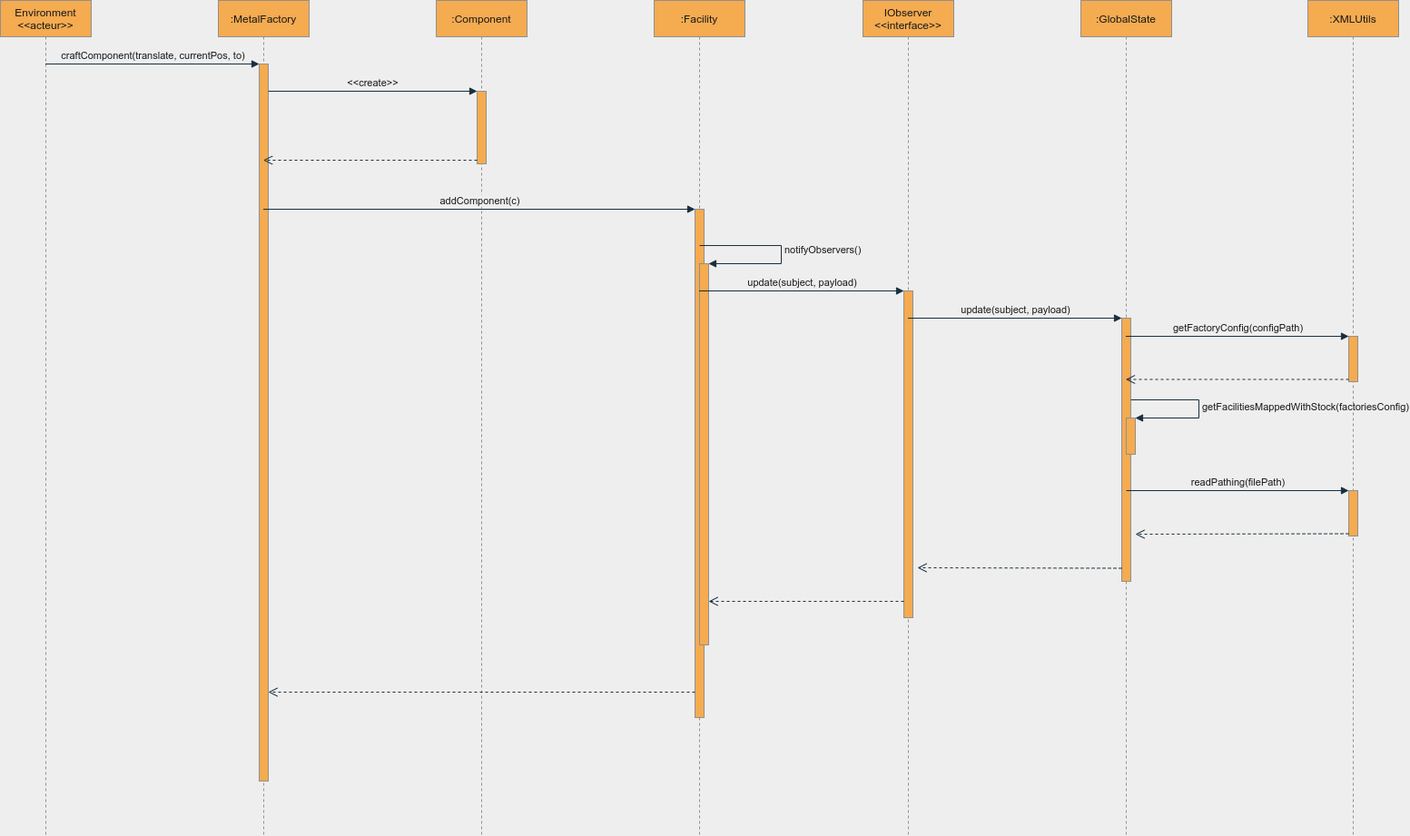
This is lab1-simulation/documentations/sequence-diagrams/observer-pattern.png from JKleinne/JavaProjects, a draw.io export, as it was before one commit. Source tidied: cells renumbered, new cells last; positions are measured from the earlier drawing's top-left corner, leaving out a move shared by most shapes.
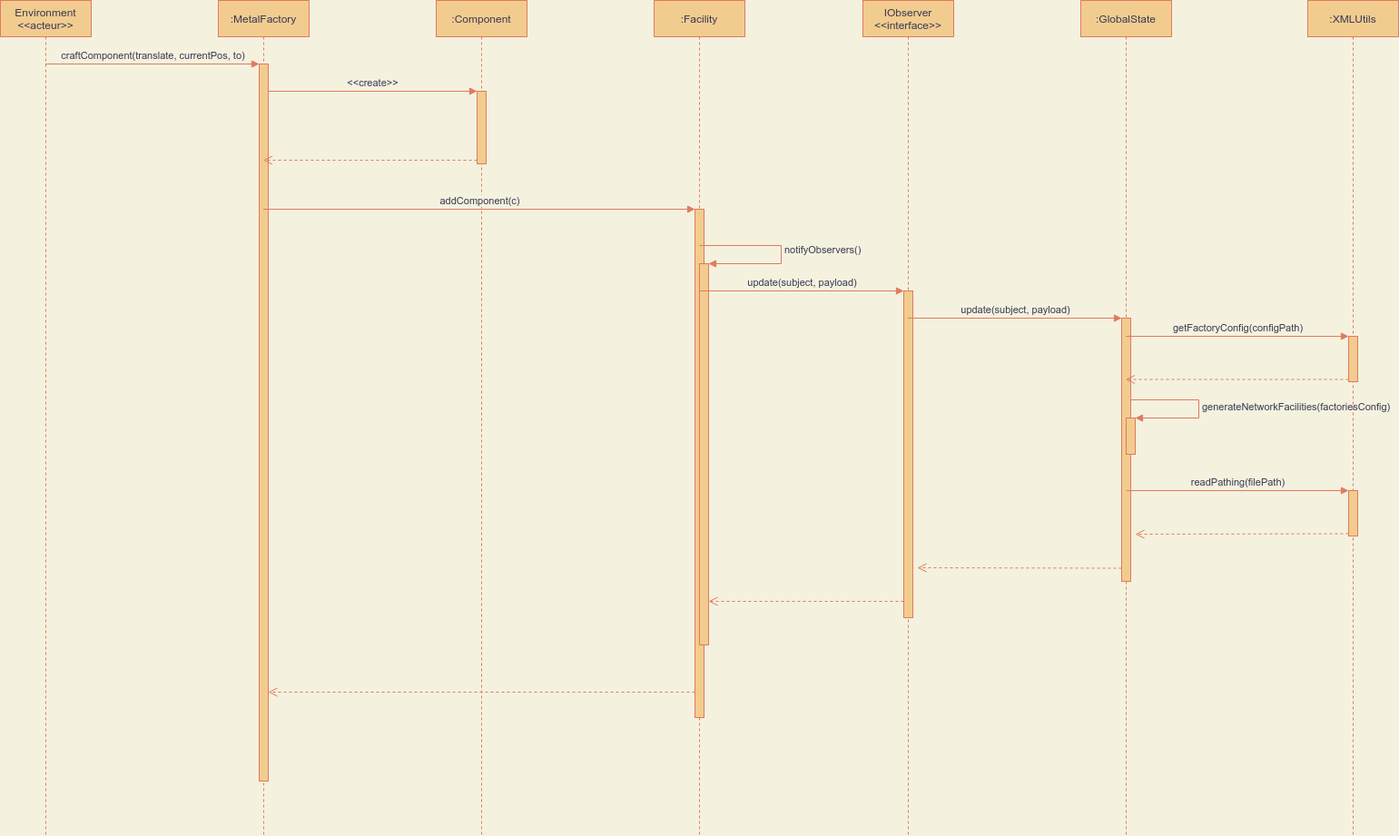
Above is the later version.

Commit message:
typo, updated diagrams

The edit, as a diff of the source:
```diff
@@ -1,32 +1,32 @@
-<mxGraphModel background="#EEEEEE">
+<mxGraphModel background="#F4F1DE">
   <root>
     <mxCell id="0" />
     <mxCell id="1" parent="0" />
-    <mxCell id="2" value="Environment&lt;br&gt;&amp;lt;&amp;lt;acteur&amp;gt;&amp;gt;" style="shape=umlLifeline;perimeter=lifelinePerimeter;whiteSpace=wrap;html=1;outlineConnect=0;fillColor=#F5AB50;strokeColor=#909090;fontColor=#1A1A1A;" parent="1" vertex="1">
+    <mxCell id="2" value="Environment&lt;br&gt;&amp;lt;&amp;lt;acteur&amp;gt;&amp;gt;" style="shape=umlLifeline;perimeter=lifelinePerimeter;whiteSpace=wrap;html=1;outlineConnect=0;fillColor=#F2CC8F;strokeColor=#E07A5F;fontColor=#393C56;" parent="1" vertex="1">
       <mxGeometry width="100" height="920" as="geometry" />
     </mxCell>
-    <mxCell id="3" value=":MetalFactory" style="shape=umlLifeline;perimeter=lifelinePerimeter;whiteSpace=wrap;html=1;outlineConnect=0;fillColor=#F5AB50;strokeColor=#909090;fontColor=#1A1A1A;" parent="1" vertex="1">
+    <mxCell id="3" value=":MetalFactory" style="shape=umlLifeline;perimeter=lifelinePerimeter;whiteSpace=wrap;html=1;outlineConnect=0;fillColor=#F2CC8F;strokeColor=#E07A5F;fontColor=#393C56;" parent="1" vertex="1">
       <mxGeometry x="240" width="100" height="920" as="geometry" />
     </mxCell>
-    <mxCell id="4" style="html=1;points=[];perimeter=orthogonalPerimeter;rounded=0;sketch=0;fillColor=#F5AB50;strokeColor=#909090;fontColor=#1A1A1A;" parent="3" vertex="1">
+    <mxCell id="4" style="html=1;points=[];perimeter=orthogonalPerimeter;rounded=0;sketch=0;fillColor=#F2CC8F;strokeColor=#E07A5F;fontColor=#393C56;" parent="3" vertex="1">
       <mxGeometry x="45" y="70" width="10" height="790" as="geometry" />
     </mxCell>
-    <mxCell id="5" value=":Component" style="shape=umlLifeline;perimeter=lifelinePerimeter;whiteSpace=wrap;html=1;fillColor=#F5AB50;strokeColor=#909090;fontColor=#1A1A1A;" parent="1" vertex="1">
+    <mxCell id="5" value=":Component" style="shape=umlLifeline;perimeter=lifelinePerimeter;whiteSpace=wrap;html=1;fillColor=#F2CC8F;strokeColor=#E07A5F;fontColor=#393C56;" parent="1" vertex="1">
       <mxGeometry x="480" width="100" height="920" as="geometry" />
     </mxCell>
-    <mxCell id="6" style="html=1;points=[];perimeter=orthogonalPerimeter;rounded=0;sketch=0;fillColor=#F5AB50;strokeColor=#909090;fontColor=#1A1A1A;" parent="5" vertex="1">
+    <mxCell id="6" style="html=1;points=[];perimeter=orthogonalPerimeter;rounded=0;sketch=0;fillColor=#F2CC8F;strokeColor=#E07A5F;fontColor=#393C56;" parent="5" vertex="1">
       <mxGeometry x="45" y="100" width="10" height="80" as="geometry" />
     </mxCell>
-    <mxCell id="7" value=":Facility" style="shape=umlLifeline;perimeter=lifelinePerimeter;whiteSpace=wrap;html=1;outlineConnect=0;rounded=0;sketch=0;fillColor=#F5AB50;strokeColor=#909090;fontColor=#1A1A1A;" parent="1" vertex="1">
+    <mxCell id="7" value=":Facility" style="shape=umlLifeline;perimeter=lifelinePerimeter;whiteSpace=wrap;html=1;outlineConnect=0;rounded=0;sketch=0;fillColor=#F2CC8F;strokeColor=#E07A5F;fontColor=#393C56;" parent="1" vertex="1">
       <mxGeometry x="720" width="100" height="920" as="geometry" />
     </mxCell>
-    <mxCell id="8" style="html=1;points=[];perimeter=orthogonalPerimeter;rounded=0;sketch=0;fillColor=#F5AB50;strokeColor=#909090;fontColor=#1A1A1A;" parent="7" vertex="1">
+    <mxCell id="8" style="html=1;points=[];perimeter=orthogonalPerimeter;rounded=0;sketch=0;fillColor=#F2CC8F;strokeColor=#E07A5F;fontColor=#393C56;" parent="7" vertex="1">
       <mxGeometry x="45" y="230" width="10" height="560" as="geometry" />
     </mxCell>
-    <mxCell id="9" style="html=1;points=[];perimeter=orthogonalPerimeter;rounded=0;sketch=0;fillColor=#F5AB50;strokeColor=#909090;fontColor=#1A1A1A;" parent="7" vertex="1">
+    <mxCell id="9" style="html=1;points=[];perimeter=orthogonalPerimeter;rounded=0;sketch=0;fillColor=#F2CC8F;strokeColor=#E07A5F;fontColor=#393C56;" parent="7" vertex="1">
       <mxGeometry x="50" y="290" width="10" height="420" as="geometry" />
     </mxCell>
-    <mxCell id="10" value="notifyObservers()" style="edgeStyle=orthogonalEdgeStyle;html=1;align=left;spacingLeft=2;endArrow=block;rounded=0;entryX=1;entryY=0;strokeColor=#182E3E;fontColor=#1A1A1A;labelBackgroundColor=#EEEEEE;" parent="7" edge="1" target="9">
+    <mxCell id="10" value="notifyObservers()" style="edgeStyle=orthogonalEdgeStyle;html=1;align=left;spacingLeft=2;endArrow=block;rounded=0;entryX=1;entryY=0;strokeColor=#E07A5F;fontColor=#393C56;labelBackgroundColor=#F4F1DE;" parent="7" edge="1" target="9">
       <mxGeometry relative="1" as="geometry">
         <mxPoint x="50" y="270" as="sourcePoint" />
         <Array as="points">
@@ -35,22 +35,22 @@
         </Array>
       </mxGeometry>
     </mxCell>
-    <mxCell id="11" value="IObserver&lt;br&gt;&amp;lt;&amp;lt;interface&amp;gt;&amp;gt;" style="shape=umlLifeline;perimeter=lifelinePerimeter;whiteSpace=wrap;html=1;outlineConnect=0;rounded=0;sketch=0;fillColor=#F5AB50;strokeColor=#909090;fontColor=#1A1A1A;" parent="1" vertex="1">
+    <mxCell id="11" value="IObserver&lt;br&gt;&amp;lt;&amp;lt;interface&amp;gt;&amp;gt;" style="shape=umlLifeline;perimeter=lifelinePerimeter;whiteSpace=wrap;html=1;outlineConnect=0;rounded=0;sketch=0;fillColor=#F2CC8F;strokeColor=#E07A5F;fontColor=#393C56;" parent="1" vertex="1">
       <mxGeometry x="950" width="100" height="920" as="geometry" />
     </mxCell>
-    <mxCell id="12" style="html=1;points=[];perimeter=orthogonalPerimeter;rounded=0;sketch=0;fillColor=#F5AB50;strokeColor=#909090;fontColor=#1A1A1A;" parent="11" vertex="1">
+    <mxCell id="12" style="html=1;points=[];perimeter=orthogonalPerimeter;rounded=0;sketch=0;fillColor=#F2CC8F;strokeColor=#E07A5F;fontColor=#393C56;" parent="11" vertex="1">
       <mxGeometry x="45" y="320" width="10" height="360" as="geometry" />
     </mxCell>
-    <mxCell id="13" value=":GlobalState" style="shape=umlLifeline;perimeter=lifelinePerimeter;whiteSpace=wrap;html=1;outlineConnect=0;rounded=0;sketch=0;fillColor=#F5AB50;strokeColor=#909090;fontColor=#1A1A1A;" parent="1" vertex="1">
+    <mxCell id="13" value=":GlobalState" style="shape=umlLifeline;perimeter=lifelinePerimeter;whiteSpace=wrap;html=1;outlineConnect=0;rounded=0;sketch=0;fillColor=#F2CC8F;strokeColor=#E07A5F;fontColor=#393C56;" parent="1" vertex="1">
       <mxGeometry x="1190" width="100" height="920" as="geometry" />
     </mxCell>
-    <mxCell id="14" style="html=1;points=[];perimeter=orthogonalPerimeter;rounded=0;sketch=0;fillColor=#F5AB50;strokeColor=#909090;fontColor=#1A1A1A;" parent="13" vertex="1">
+    <mxCell id="14" style="html=1;points=[];perimeter=orthogonalPerimeter;rounded=0;sketch=0;fillColor=#F2CC8F;strokeColor=#E07A5F;fontColor=#393C56;" parent="13" vertex="1">
       <mxGeometry x="45" y="350" width="10" height="290" as="geometry" />
     </mxCell>
-    <mxCell id="15" style="html=1;points=[];perimeter=orthogonalPerimeter;rounded=0;sketch=0;fillColor=#F5AB50;strokeColor=#909090;fontColor=#1A1A1A;" parent="13" vertex="1">
+    <mxCell id="15" style="html=1;points=[];perimeter=orthogonalPerimeter;rounded=0;sketch=0;fillColor=#F2CC8F;strokeColor=#E07A5F;fontColor=#393C56;" parent="13" vertex="1">
       <mxGeometry x="50" y="460" width="10" height="40" as="geometry" />
     </mxCell>
-    <mxCell id="16" value="getFacilitiesMappedWithStock(factoriesConfig)" style="edgeStyle=orthogonalEdgeStyle;html=1;align=left;spacingLeft=2;endArrow=block;rounded=0;entryX=1;entryY=0;strokeColor=#182E3E;fontColor=#1A1A1A;labelBackgroundColor=#EEEEEE;" parent="13" edge="1" target="15">
+    <mxCell id="16" value="generateNetworkFacilities(factoriesConfig)" style="edgeStyle=orthogonalEdgeStyle;html=1;align=left;spacingLeft=2;endArrow=block;rounded=0;entryX=1;entryY=0;strokeColor=#E07A5F;fontColor=#393C56;labelBackgroundColor=#F4F1DE;" parent="13" edge="1" target="15">
       <mxGeometry relative="1" as="geometry">
         <mxPoint x="55" y="440" as="sourcePoint" />
         <Array as="points">
@@ -59,58 +59,58 @@
         </Array>
       </mxGeometry>
     </mxCell>
-    <mxCell id="17" value=":XMLUtils" style="shape=umlLifeline;perimeter=lifelinePerimeter;whiteSpace=wrap;html=1;rounded=0;sketch=0;fillColor=#F5AB50;strokeColor=#909090;fontColor=#1A1A1A;" parent="1" vertex="1">
+    <mxCell id="17" value=":XMLUtils" style="shape=umlLifeline;perimeter=lifelinePerimeter;whiteSpace=wrap;html=1;rounded=0;sketch=0;fillColor=#F2CC8F;strokeColor=#E07A5F;fontColor=#393C56;" parent="1" vertex="1">
       <mxGeometry x="1440" width="100" height="920" as="geometry" />
     </mxCell>
-    <mxCell id="18" style="html=1;points=[];perimeter=orthogonalPerimeter;rounded=0;sketch=0;fillColor=#F5AB50;strokeColor=#909090;fontColor=#1A1A1A;" parent="17" vertex="1">
+    <mxCell id="18" style="html=1;points=[];perimeter=orthogonalPerimeter;rounded=0;sketch=0;fillColor=#F2CC8F;strokeColor=#E07A5F;fontColor=#393C56;" parent="17" vertex="1">
       <mxGeometry x="45" y="370" width="10" height="50" as="geometry" />
     </mxCell>
-    <mxCell id="19" style="html=1;points=[];perimeter=orthogonalPerimeter;rounded=0;sketch=0;fillColor=#F5AB50;strokeColor=#909090;fontColor=#1A1A1A;" parent="17" vertex="1">
+    <mxCell id="19" style="html=1;points=[];perimeter=orthogonalPerimeter;rounded=0;sketch=0;fillColor=#F2CC8F;strokeColor=#E07A5F;fontColor=#393C56;" parent="17" vertex="1">
       <mxGeometry x="45" y="540" width="10" height="50" as="geometry" />
     </mxCell>
-    <mxCell id="20" value="readPathing(filePath)" style="html=1;verticalAlign=bottom;endArrow=block;entryX=0;entryY=0;strokeColor=#182E3E;fontColor=#1A1A1A;labelBackgroundColor=#EEEEEE;" parent="17" edge="1" target="19">
+    <mxCell id="20" value="readPathing(filePath)" style="html=1;verticalAlign=bottom;endArrow=block;entryX=0;entryY=0;strokeColor=#E07A5F;fontColor=#393C56;labelBackgroundColor=#F4F1DE;" parent="17" edge="1" target="19">
       <mxGeometry relative="1" as="geometry">
         <mxPoint x="-200" y="540" as="sourcePoint" />
       </mxGeometry>
     </mxCell>
-    <mxCell id="21" value="&lt;span style=&quot;&quot;&gt;craftComponent(translate, currentPos, to)&lt;/span&gt;" style="html=1;verticalAlign=bottom;endArrow=block;entryX=0;entryY=0;labelBackgroundColor=none;strokeColor=#182E3E;fontColor=#1A1A1A;" parent="1" edge="1" source="2" target="4">
+    <mxCell id="21" value="&lt;span style=&quot;&quot;&gt;craftComponent(translate, currentPos, to)&lt;/span&gt;" style="html=1;verticalAlign=bottom;endArrow=block;entryX=0;entryY=0;labelBackgroundColor=none;strokeColor=#E07A5F;fontColor=#393C56;" parent="1" edge="1" source="2" target="4">
       <mxGeometry relative="1" as="geometry" />
     </mxCell>
-    <mxCell id="22" value="&amp;lt;&amp;lt;create&amp;gt;&amp;gt;" style="html=1;verticalAlign=bottom;endArrow=block;entryX=0;entryY=0;strokeColor=#182E3E;fontColor=#1A1A1A;labelBackgroundColor=#EEEEEE;" parent="1" edge="1" source="4" target="6">
+    <mxCell id="22" value="&amp;lt;&amp;lt;create&amp;gt;&amp;gt;" style="html=1;verticalAlign=bottom;endArrow=block;entryX=0;entryY=0;strokeColor=#E07A5F;fontColor=#393C56;labelBackgroundColor=#F4F1DE;" parent="1" edge="1" source="4" target="6">
       <mxGeometry relative="1" as="geometry" />
     </mxCell>
-    <mxCell id="23" style="html=1;verticalAlign=bottom;endArrow=open;dashed=1;endSize=8;exitX=0;exitY=0.95;strokeColor=#182E3E;fontColor=#1A1A1A;labelBackgroundColor=#EEEEEE;" parent="1" edge="1" source="6" target="3">
+    <mxCell id="23" style="html=1;verticalAlign=bottom;endArrow=open;dashed=1;endSize=8;exitX=0;exitY=0.95;strokeColor=#E07A5F;fontColor=#393C56;labelBackgroundColor=#F4F1DE;" parent="1" edge="1" source="6" target="3">
       <mxGeometry relative="1" as="geometry" />
     </mxCell>
-    <mxCell id="24" value="addComponent(c)" style="html=1;verticalAlign=bottom;endArrow=block;entryX=0;entryY=0;strokeColor=#182E3E;fontColor=#1A1A1A;labelBackgroundColor=#EEEEEE;" parent="1" edge="1" source="3" target="8">
+    <mxCell id="24" value="addComponent(c)" style="html=1;verticalAlign=bottom;endArrow=block;entryX=0;entryY=0;strokeColor=#E07A5F;fontColor=#393C56;labelBackgroundColor=#F4F1DE;" parent="1" edge="1" source="3" target="8">
       <mxGeometry relative="1" as="geometry" />
     </mxCell>
-    <mxCell id="25" style="html=1;verticalAlign=bottom;endArrow=open;dashed=1;endSize=8;exitX=0;exitY=0.95;strokeColor=#182E3E;fontColor=#1A1A1A;labelBackgroundColor=#EEEEEE;" parent="1" edge="1" source="8" target="4">
+    <mxCell id="25" style="html=1;verticalAlign=bottom;endArrow=open;dashed=1;endSize=8;exitX=0;exitY=0.95;strokeColor=#E07A5F;fontColor=#393C56;labelBackgroundColor=#F4F1DE;" parent="1" edge="1" source="8" target="4">
       <mxGeometry relative="1" as="geometry" />
     </mxCell>
-    <mxCell id="26" value="update(subject, payload)" style="html=1;verticalAlign=bottom;endArrow=block;entryX=0;entryY=0;strokeColor=#182E3E;fontColor=#1A1A1A;labelBackgroundColor=#EEEEEE;" parent="1" edge="1" source="7" target="12">
+    <mxCell id="26" value="update(subject, payload)" style="html=1;verticalAlign=bottom;endArrow=block;entryX=0;entryY=0;strokeColor=#E07A5F;fontColor=#393C56;labelBackgroundColor=#F4F1DE;" parent="1" edge="1" source="7" target="12">
       <mxGeometry relative="1" as="geometry" />
     </mxCell>
-    <mxCell id="27" style="html=1;verticalAlign=bottom;endArrow=open;dashed=1;endSize=8;exitX=0;exitY=0.95;strokeColor=#182E3E;fontColor=#1A1A1A;labelBackgroundColor=#EEEEEE;" parent="1" edge="1" source="12">
+    <mxCell id="27" style="html=1;verticalAlign=bottom;endArrow=open;dashed=1;endSize=8;exitX=0;exitY=0.95;strokeColor=#E07A5F;fontColor=#393C56;labelBackgroundColor=#F4F1DE;" parent="1" edge="1" source="12">
       <mxGeometry relative="1" as="geometry">
         <mxPoint x="780" y="662" as="targetPoint" />
       </mxGeometry>
     </mxCell>
-    <mxCell id="28" value="update(subject, payload)" style="html=1;verticalAlign=bottom;endArrow=block;entryX=0;entryY=0;strokeColor=#182E3E;fontColor=#1A1A1A;labelBackgroundColor=#EEEEEE;" parent="1" edge="1" source="11" target="14">
+    <mxCell id="28" value="update(subject, payload)" style="html=1;verticalAlign=bottom;endArrow=block;entryX=0;entryY=0;strokeColor=#E07A5F;fontColor=#393C56;labelBackgroundColor=#F4F1DE;" parent="1" edge="1" source="11" target="14">
       <mxGeometry relative="1" as="geometry" />
     </mxCell>
-    <mxCell id="29" style="html=1;verticalAlign=bottom;endArrow=open;dashed=1;endSize=8;exitX=0;exitY=0.95;strokeColor=#182E3E;fontColor=#1A1A1A;labelBackgroundColor=#EEEEEE;" parent="1" edge="1" source="14">
+    <mxCell id="29" style="html=1;verticalAlign=bottom;endArrow=open;dashed=1;endSize=8;exitX=0;exitY=0.95;strokeColor=#E07A5F;fontColor=#393C56;labelBackgroundColor=#F4F1DE;" parent="1" edge="1" source="14">
       <mxGeometry relative="1" as="geometry">
         <mxPoint x="1010" y="625" as="targetPoint" />
       </mxGeometry>
     </mxCell>
-    <mxCell id="30" value="getFactoryConfig(configPath)" style="html=1;verticalAlign=bottom;endArrow=block;entryX=0;entryY=0;strokeColor=#182E3E;fontColor=#1A1A1A;labelBackgroundColor=#EEEEEE;" parent="1" edge="1" source="13" target="18">
+    <mxCell id="30" value="getFactoryConfig(configPath)" style="html=1;verticalAlign=bottom;endArrow=block;entryX=0;entryY=0;strokeColor=#E07A5F;fontColor=#393C56;labelBackgroundColor=#F4F1DE;" parent="1" edge="1" source="13" target="18">
       <mxGeometry relative="1" as="geometry" />
     </mxCell>
-    <mxCell id="31" style="html=1;verticalAlign=bottom;endArrow=open;dashed=1;endSize=8;exitX=0;exitY=0.95;strokeColor=#182E3E;fontColor=#1A1A1A;labelBackgroundColor=#EEEEEE;" parent="1" edge="1" source="18" target="13">
+    <mxCell id="31" style="html=1;verticalAlign=bottom;endArrow=open;dashed=1;endSize=8;exitX=0;exitY=0.95;strokeColor=#E07A5F;fontColor=#393C56;labelBackgroundColor=#F4F1DE;" parent="1" edge="1" source="18" target="13">
       <mxGeometry relative="1" as="geometry" />
     </mxCell>
-    <mxCell id="32" style="html=1;verticalAlign=bottom;endArrow=open;dashed=1;endSize=8;exitX=0;exitY=0.95;strokeColor=#182E3E;fontColor=#1A1A1A;labelBackgroundColor=#EEEEEE;" parent="1" edge="1" source="19">
+    <mxCell id="32" style="html=1;verticalAlign=bottom;endArrow=open;dashed=1;endSize=8;exitX=0;exitY=0.95;strokeColor=#E07A5F;fontColor=#393C56;labelBackgroundColor=#F4F1DE;" parent="1" edge="1" source="19">
       <mxGeometry relative="1" as="geometry">
         <mxPoint x="1250" y="588" as="targetPoint" />
       </mxGeometry>
```
